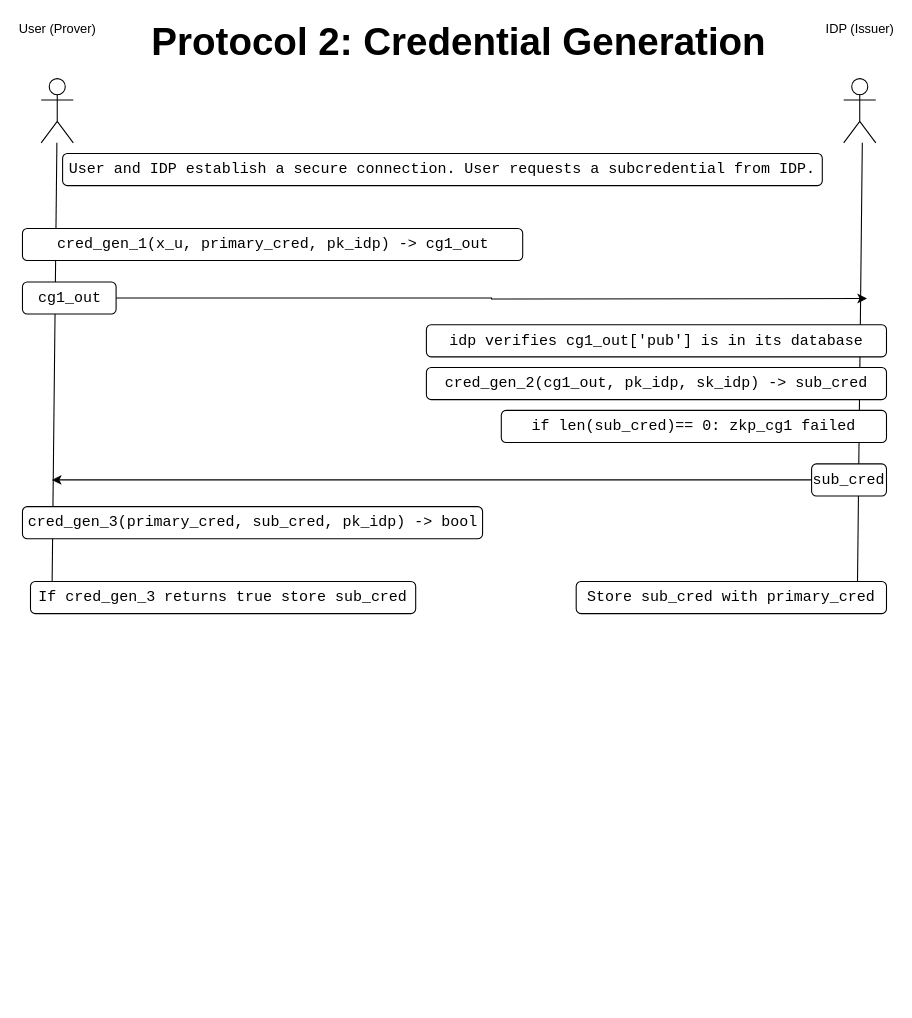
JacobGorman613/cl-api keeps this draw.io diagram as page "Cred Gen" (5 of 8) of doc/Protocols.drawio. Above is the earlier version. Source tidied: cells renumbered, new cells numbered last; positions are measured from the earlier drawing's top-left corner, leaving out a move shared by most shapes. Both pictures are drawn from the tidied source at 107%, with x=0, y=0 at pixel (21, 25).
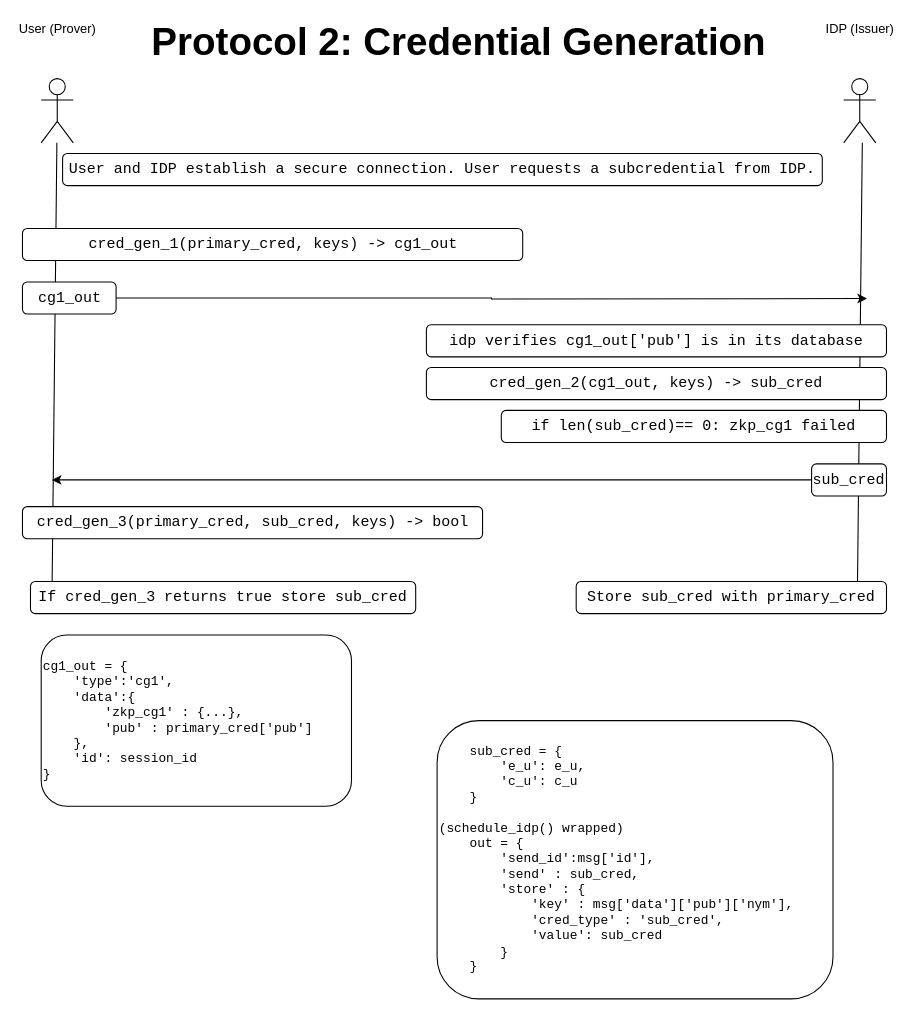
Above is the later version.

Change to the diagram source:
```diff
@@
-    <mxCell id="8" value="&lt;font face=&quot;Courier New&quot; style=&quot;font-size: 14px;&quot;&gt;cred_gen_1(x_u, primary_cred, pk_idp) -&amp;gt; cg1_out&lt;/font&gt;" style="rounded=1;whiteSpace=wrap;html=1;" parent="1" vertex="1">
+    <mxCell id="8" value="&lt;font face=&quot;Courier New&quot; style=&quot;font-size: 14px;&quot;&gt;cred_gen_1(primary_cred, keys) -&amp;gt; cg1_out&lt;/font&gt;" style="rounded=1;whiteSpace=wrap;html=1;" parent="1" vertex="1">
       <mxGeometry x="0.5" y="190" width="467.5" height="30" as="geometry" />
     </mxCell>
@@
-    <mxCell id="14" value="&lt;font style=&quot;font-size: 14px;&quot; face=&quot;Courier New&quot;&gt;cred_gen_3(primary_cred, sub_cred, pk_idp) -&amp;gt; bool&lt;/font&gt;" style="rounded=1;whiteSpace=wrap;html=1;" parent="1" vertex="1">
+    <mxCell id="14" value="&lt;font style=&quot;font-size: 14px;&quot; face=&quot;Courier New&quot;&gt;cred_gen_3(primary_cred, sub_cred, keys) -&amp;gt; bool&lt;/font&gt;" style="rounded=1;whiteSpace=wrap;html=1;" parent="1" vertex="1">
       <mxGeometry x="0.5" y="450" width="430" height="30" as="geometry" />
     </mxCell>
-    <mxCell id="15" value="&lt;font face=&quot;Courier New&quot;&gt;&lt;span style=&quot;font-size: 14px;&quot;&gt;cred_gen_2(cg1_out, pk_idp, sk_idp) -&amp;gt; sub_cred&lt;/span&gt;&lt;/font&gt;" style="rounded=1;whiteSpace=wrap;html=1;" parent="1" vertex="1">
+    <mxCell id="15" value="&lt;font face=&quot;Courier New&quot;&gt;&lt;span style=&quot;font-size: 14px;&quot;&gt;cred_gen_2(cg1_out, keys) -&amp;gt; sub_cred&lt;/span&gt;&lt;/font&gt;" style="rounded=1;whiteSpace=wrap;html=1;" parent="1" vertex="1">
       <mxGeometry x="378" y="320" width="430" height="30" as="geometry" />
     </mxCell>
@@
+    <mxCell id="19" value="cg1_out = {&lt;br&gt;&amp;nbsp; &amp;nbsp; 'type':'cg1',&lt;br&gt;&amp;nbsp; &amp;nbsp; 'data':{&lt;br&gt;&amp;nbsp; &amp;nbsp; &amp;nbsp; &amp;nbsp; 'zkp_cg1' : {...},&lt;br&gt;&amp;nbsp; &amp;nbsp; &amp;nbsp; &amp;nbsp; 'pub' : primary_cred['pub']&lt;br&gt;&amp;nbsp; &amp;nbsp; },&lt;br&gt;&amp;nbsp; &amp;nbsp; 'id': session_id&lt;br&gt;}" style="rounded=1;whiteSpace=wrap;html=1;fontFamily=Courier New;align=left;" parent="1" vertex="1">
+      <mxGeometry x="18" y="570" width="290" height="160" as="geometry" />
+    </mxCell>
+    <mxCell id="20" value="&amp;nbsp; &amp;nbsp; sub_cred = {&lt;br&gt;&amp;nbsp; &amp;nbsp; &amp;nbsp; &amp;nbsp; 'e_u': e_u,&lt;br&gt;&amp;nbsp; &amp;nbsp; &amp;nbsp; &amp;nbsp; 'c_u': c_u&lt;br&gt;&amp;nbsp; &amp;nbsp; }&lt;br&gt;&amp;nbsp; &amp;nbsp;&amp;nbsp;&lt;br&gt;(schedule_idp() wrapped)&lt;br&gt;&amp;nbsp; &amp;nbsp; out = {&lt;br&gt;&amp;nbsp; &amp;nbsp; &amp;nbsp; &amp;nbsp; 'send_id':msg['id'],&lt;br&gt;&amp;nbsp; &amp;nbsp; &amp;nbsp; &amp;nbsp; 'send' : sub_cred,&lt;br&gt;&amp;nbsp; &amp;nbsp; &amp;nbsp; &amp;nbsp; 'store' : {&lt;br&gt;&amp;nbsp; &amp;nbsp; &amp;nbsp; &amp;nbsp; &amp;nbsp; &amp;nbsp; 'key' : msg['data']['pub']['nym'],&lt;br&gt;&amp;nbsp; &amp;nbsp; &amp;nbsp; &amp;nbsp; &amp;nbsp; &amp;nbsp; 'cred_type' : 'sub_cred',&lt;br&gt;&amp;nbsp; &amp;nbsp; &amp;nbsp; &amp;nbsp; &amp;nbsp; &amp;nbsp; 'value': sub_cred&lt;br&gt;&amp;nbsp; &amp;nbsp; &amp;nbsp; &amp;nbsp; }&lt;br&gt;&amp;nbsp; &amp;nbsp; }" style="rounded=1;whiteSpace=wrap;html=1;fontFamily=Courier New;align=left;" parent="1" vertex="1">
+      <mxGeometry x="388" y="650" width="370" height="260" as="geometry" />
+    </mxCell>
```
